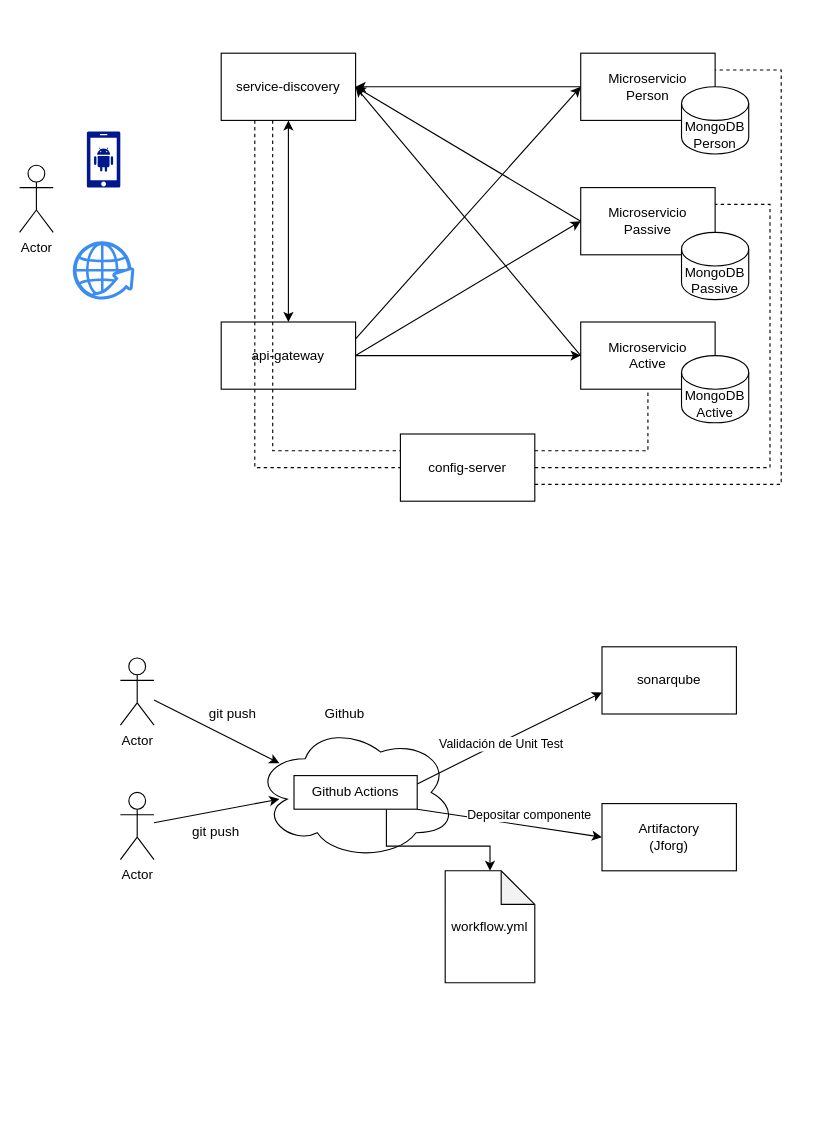
Earlier version of the draw.io diagram Diagrama sin título.drawio (jbenavidesg27/config-repository). Source tidied: cells renumbered, new cells numbered last; positions are measured from the earlier drawing's top-left corner, leaving out a move shared by most shapes. Both pictures are drawn from the tidied source at 112%, with x=0, y=0 at pixel (19, 53). Pictures stored in the file or linked from it are replaced by grey dashed boxes.
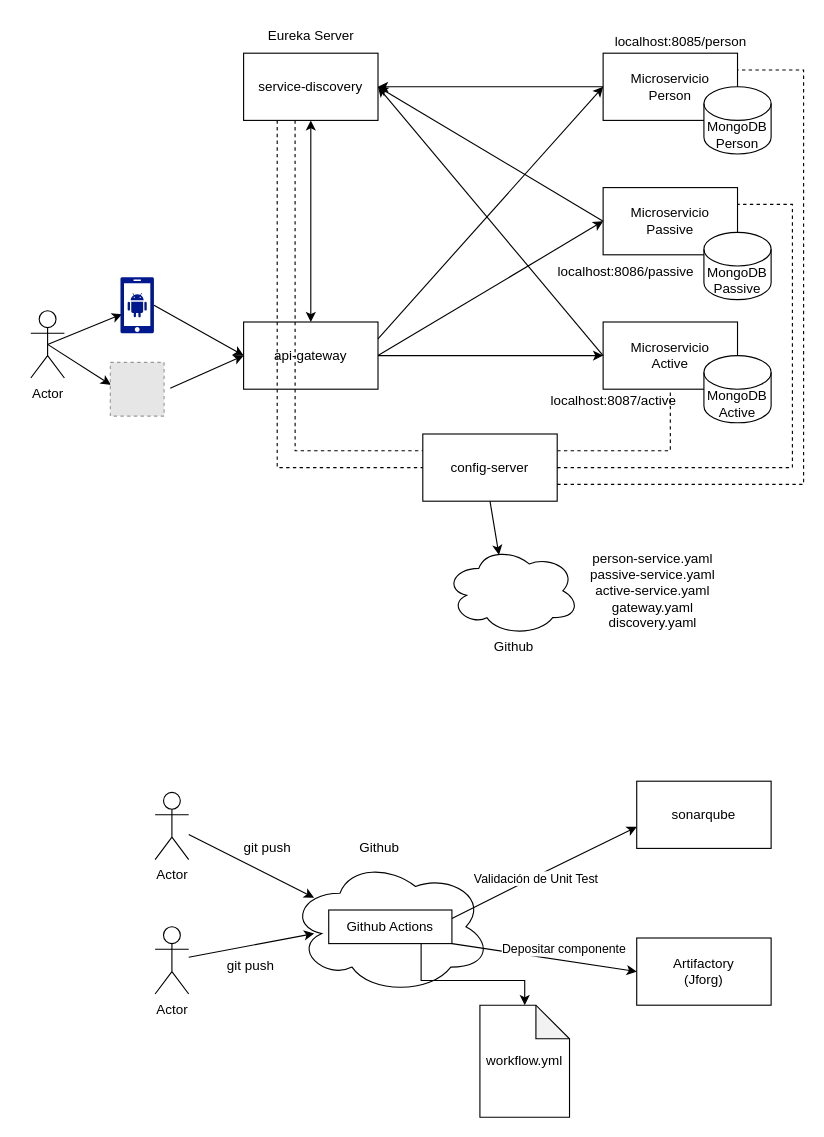
The same diagram, later.

Diff of the diagram source:
```diff
@@
     <mxCell id="2" value="Microservicio&lt;br&gt;Active" style="rounded=0;whiteSpace=wrap;html=1;" parent="1" vertex="1">
-      <mxGeometry x="501" y="240" width="120" height="60" as="geometry" />
+      <mxGeometry x="521" y="240" width="120" height="60" as="geometry" />
     </mxCell>
     <mxCell id="3" value="Microservicio&lt;br&gt;Passive" style="rounded=0;whiteSpace=wrap;html=1;" parent="1" vertex="1">
-      <mxGeometry x="501" y="120" width="120" height="60" as="geometry" />
+      <mxGeometry x="521" y="120" width="120" height="60" as="geometry" />
     </mxCell>
     <mxCell id="4" value="Microservicio&lt;br&gt;Person" style="rounded=0;whiteSpace=wrap;html=1;" parent="1" vertex="1">
-      <mxGeometry x="501" width="120" height="60" as="geometry" />
+      <mxGeometry x="521" width="120" height="60" as="geometry" />
     </mxCell>
     <mxCell id="5" style="ellipse;shape=cloud;whiteSpace=wrap;html=1;" parent="1" vertex="1">
-      <mxGeometry x="210" y="600" width="180" height="120" as="geometry" />
+      <mxGeometry x="241" y="720" width="180" height="120" as="geometry" />
     </mxCell>
     <mxCell id="6" style="endArrow=classic;html=1;rounded=0;exitX=1;exitY=0.25;exitDx=0;exitDy=0;" parent="1" edge="1" source="16">
       <mxGeometry relative="1" as="geometry">
-        <mxPoint x="520.1" y="570.7" as="targetPoint" />
+        <mxPoint x="551.1" y="690.7" as="targetPoint" />
         <Array as="points">
-          <mxPoint x="440" y="610" />
+          <mxPoint x="471" y="730" />
         </Array>
       </mxGeometry>
     </mxCell>
@@
     <mxCell id="8" value="MongoDB&lt;br&gt;Active" style="shape=cylinder3;whiteSpace=wrap;html=1;boundedLbl=1;backgroundOutline=1;size=15;" parent="1" vertex="1">
-      <mxGeometry x="591" y="270" width="60" height="60" as="geometry" />
+      <mxGeometry x="611" y="270" width="60" height="60" as="geometry" />
     </mxCell>
     <mxCell id="9" value="MongoDB&lt;br&gt;Person" style="shape=cylinder3;whiteSpace=wrap;html=1;boundedLbl=1;backgroundOutline=1;size=15;" parent="1" vertex="1">
-      <mxGeometry x="591" y="30" width="60" height="60" as="geometry" />
+      <mxGeometry x="611" y="30" width="60" height="60" as="geometry" />
     </mxCell>
     <mxCell id="10" value="MongoDB&lt;br&gt;Passive" style="shape=cylinder3;whiteSpace=wrap;html=1;boundedLbl=1;backgroundOutline=1;size=15;" parent="1" vertex="1">
-      <mxGeometry x="591" y="160" width="60" height="60" as="geometry" />
+      <mxGeometry x="611" y="160" width="60" height="60" as="geometry" />
     </mxCell>
     <mxCell id="11" value="Actor" style="shape=umlActor;verticalLabelPosition=bottom;verticalAlign=top;html=1;outlineConnect=0;" parent="1" vertex="1">
-      <mxGeometry x="90" y="540" width="30" height="60" as="geometry" />
+      <mxGeometry x="121" y="660" width="30" height="60" as="geometry" />
     </mxCell>
     <mxCell id="12" value="Actor" style="shape=umlActor;verticalLabelPosition=bottom;verticalAlign=top;html=1;outlineConnect=0;" parent="1" vertex="1">
-      <mxGeometry x="90" y="660" width="30" height="60" as="geometry" />
+      <mxGeometry x="121" y="780" width="30" height="60" as="geometry" />
     </mxCell>
     <mxCell id="13" value="sonarqube" style="rounded=0;whiteSpace=wrap;html=1;" parent="1" vertex="1">
-      <mxGeometry x="520" y="530" width="120" height="60" as="geometry" />
+      <mxGeometry x="551" y="650" width="120" height="60" as="geometry" />
     </mxCell>
     <mxCell id="14" value="Artifactory&lt;br&gt;(Jforg)" style="rounded=0;whiteSpace=wrap;html=1;" parent="1" vertex="1">
-      <mxGeometry x="520" y="670" width="120" height="60" as="geometry" />
+      <mxGeometry x="551" y="790" width="120" height="60" as="geometry" />
     </mxCell>
     <mxCell id="15" style="edgeStyle=orthogonalEdgeStyle;rounded=0;jettySize=auto;html=1;exitX=0.75;exitY=1;exitDx=0;exitDy=0;" parent="1" edge="1" source="16" target="17">
       <mxGeometry relative="1" as="geometry">
         <Array as="points">
-          <mxPoint x="328" y="708" />
-          <mxPoint x="420" y="708" />
+          <mxPoint x="359" y="828" />
+          <mxPoint x="451" y="828" />
         </Array>
       </mxGeometry>
     </mxCell>
     <mxCell id="16" value="Github Actions" style="rounded=0;whiteSpace=wrap;html=1;" parent="1" vertex="1">
-      <mxGeometry x="245" y="645" width="110" height="30" as="geometry" />
+      <mxGeometry x="276" y="765" width="110" height="30" as="geometry" />
     </mxCell>
     <mxCell id="17" value="workflow.yml" style="shape=note;whiteSpace=wrap;html=1;backgroundOutline=1;darkOpacity=0.05;" parent="1" vertex="1">
-      <mxGeometry x="380" y="730" width="80" height="100" as="geometry" />
+      <mxGeometry x="411" y="850" width="80" height="100" as="geometry" />
     </mxCell>
     <mxCell id="18" value="Github" style="text;html=1;align=center;verticalAlign=middle;strokeColor=none;fillColor=none;" parent="1" vertex="1">
-      <mxGeometry x="260" y="575" width="60" height="30" as="geometry" />
+      <mxGeometry x="291" y="695" width="60" height="30" as="geometry" />
     </mxCell>
@@
     <mxCell id="21" value="git push" style="text;html=1;align=center;verticalAlign=middle;strokeColor=none;fillColor=none;" parent="1" vertex="1">
-      <mxGeometry x="155" y="575" width="70" height="30" as="geometry" />
+      <mxGeometry x="186" y="695" width="70" height="30" as="geometry" />
     </mxCell>
     <mxCell id="22" value="git push" style="text;html=1;align=center;verticalAlign=middle;strokeColor=none;fillColor=none;" parent="1" vertex="1">
-      <mxGeometry x="140" y="680" width="70" height="30" as="geometry" />
+      <mxGeometry x="171" y="800" width="70" height="30" as="geometry" />
     </mxCell>
@@
     <mxCell id="25" value="service-discovery" style="rounded=0;whiteSpace=wrap;html=1;" parent="1" vertex="1">
-      <mxGeometry x="180" width="120" height="60" as="geometry" />
+      <mxGeometry x="200" width="120" height="60" as="geometry" />
     </mxCell>
     <mxCell id="26" value="api-gateway" style="rounded=0;whiteSpace=wrap;html=1;" parent="1" vertex="1">
-      <mxGeometry x="180" y="240" width="120" height="60" as="geometry" />
+      <mxGeometry x="200" y="240" width="120" height="60" as="geometry" />
     </mxCell>
@@
     <mxCell id="34" value="config-server" style="rounded=0;whiteSpace=wrap;html=1;" parent="1" vertex="1">
-      <mxGeometry x="340" y="340" width="120" height="60" as="geometry" />
+      <mxGeometry x="360" y="340" width="120" height="60" as="geometry" />
     </mxCell>
+    <mxCell id="43" style="rounded=0;jettySize=auto;html=1;exitX=0.5;exitY=0.5;exitDx=0;exitDy=0;exitPerimeter=0;entryX=0.05;entryY=0.66;entryDx=0;entryDy=0;entryPerimeter=0;" parent="1" edge="1" source="35" target="36">
+      <mxGeometry relative="1" as="geometry" />
+    </mxCell>
+    <mxCell id="44" style="edgeStyle=none;rounded=0;jettySize=auto;html=1;exitX=0.5;exitY=0.5;exitDx=0;exitDy=0;exitPerimeter=0;entryX=0.073;entryY=0.426;entryDx=0;entryDy=0;entryPerimeter=0;" parent="1" edge="1" source="35">
+      <mxGeometry relative="1" as="geometry">
+        <mxPoint x="81.5" y="296.1" as="targetPoint" />
+      </mxGeometry>
+    </mxCell>
     <mxCell id="35" value="Actor" style="shape=umlActor;verticalLabelPosition=bottom;verticalAlign=top;html=1;" parent="1" vertex="1">
-      <mxGeometry y="100" width="30" height="60" as="geometry" />
+      <mxGeometry x="10" y="230" width="30" height="60" as="geometry" />
     </mxCell>
+    <mxCell id="45" style="edgeStyle=none;rounded=0;jettySize=auto;html=1;exitX=1;exitY=0.5;exitDx=0;exitDy=0;exitPerimeter=0;entryX=0;entryY=0.5;entryDx=0;entryDy=0;" parent="1" edge="1" source="36" target="26">
+      <mxGeometry relative="1" as="geometry" />
+    </mxCell>
     <mxCell id="36" style="sketch=0;shadow=0;dashed=0;html=1;strokeColor=none;labelPosition=center;verticalLabelPosition=bottom;verticalAlign=top;align=center;fillColor=#00188D;shape=mxgraph.mscae.enterprise.android_phone;" parent="1" vertex="1">
-      <mxGeometry x="60" y="70" width="30" height="50" as="geometry" />
+      <mxGeometry x="90" y="200" width="30" height="50" as="geometry" />
     </mxCell>
-    <mxCell id="37" style="sketch=0;html=1;strokeColor=none;shadow=0;align=center;verticalAlign=top;fillColor=#3B8DF1;shape=mxgraph.gcp2.globe_world;" parent="1" vertex="1">
-      <mxGeometry x="47.5" y="167.8" width="55" height="52.2" as="geometry" />
-    </mxCell>
@@
     <mxCell id="40" style="endArrow=none;dashed=1;html=1;rounded=0;entryX=1;entryY=0.25;entryDx=0;entryDy=0;edgeStyle=orthogonalEdgeStyle;exitX=1;exitY=0.75;exitDx=0;exitDy=0;" parent="1" edge="1" source="34" target="4">
       <mxGeometry relative="1" as="geometry">
         <Array as="points">
-          <mxPoint x="680" y="385" />
-          <mxPoint x="680" y="15" />
+          <mxPoint x="700" y="385" />
+          <mxPoint x="700" y="15" />
         </Array>
       </mxGeometry>
     </mxCell>
     <mxCell id="41" style="endArrow=none;dashed=1;html=1;rounded=0;entryX=1;entryY=0.25;entryDx=0;entryDy=0;edgeStyle=orthogonalEdgeStyle;exitX=1;exitY=0.5;exitDx=0;exitDy=0;" parent="1" edge="1" source="34" target="3">
       <mxGeometry relative="1" as="geometry">
         <Array as="points">
-          <mxPoint x="670" y="370" />
-          <mxPoint x="670" y="135" />
+          <mxPoint x="690" y="370" />
+          <mxPoint x="690" y="135" />
         </Array>
       </mxGeometry>
     </mxCell>
@@
+    <mxCell id="46" style="endArrow=classic;html=1;rounded=0;entryX=0;entryY=0.5;entryDx=0;entryDy=0;exitX=1.036;exitY=0.483;exitDx=0;exitDy=0;exitPerimeter=0;" parent="1" edge="1" target="26">
+      <mxGeometry relative="1" as="geometry">
+        <mxPoint x="134.5" y="299.1" as="sourcePoint" />
+      </mxGeometry>
+    </mxCell>
+    <mxCell id="47" value="localhost:8085/person" style="text;html=1;align=center;verticalAlign=middle;strokeColor=none;fillColor=none;" parent="1" vertex="1">
+      <mxGeometry x="520" y="-25" width="140" height="30" as="geometry" />
+    </mxCell>
+    <mxCell id="48" value="localhost:8086/passive" style="text;html=1;align=center;verticalAlign=middle;strokeColor=none;fillColor=none;" parent="1" vertex="1">
+      <mxGeometry x="471" y="180" width="140" height="30" as="geometry" />
+    </mxCell>
+    <mxCell id="49" value="localhost:8087/active" style="text;html=1;align=center;verticalAlign=middle;strokeColor=none;fillColor=none;" parent="1" vertex="1">
+      <mxGeometry x="460" y="296.1" width="140" height="30" as="geometry" />
+    </mxCell>
+    <mxCell id="50" style="ellipse;shape=cloud;whiteSpace=wrap;html=1;" parent="1" vertex="1">
+      <mxGeometry x="380" y="440" width="120" height="80" as="geometry" />
+    </mxCell>
+    <mxCell id="51" style="endArrow=classic;html=1;rounded=0;entryX=0.4;entryY=0.1;entryDx=0;entryDy=0;entryPerimeter=0;exitX=0.5;exitY=1;exitDx=0;exitDy=0;" parent="1" edge="1" source="34" target="50">
+      <mxGeometry relative="1" as="geometry" />
+    </mxCell>
+    <mxCell id="52" value="Github" style="text;html=1;align=center;verticalAlign=middle;strokeColor=none;fillColor=none;" parent="1" vertex="1">
+      <mxGeometry x="411" y="515" width="60" height="30" as="geometry" />
+    </mxCell>
+    <mxCell id="53" value="person-service.yaml&lt;br&gt;passive-service.yaml&lt;br&gt;active-service.yaml&lt;br&gt;gateway.yaml&lt;br&gt;discovery.yaml" style="text;html=1;align=center;verticalAlign=middle;strokeColor=none;fillColor=none;" parent="1" vertex="1">
+      <mxGeometry x="500" y="435" width="130" height="90" as="geometry" />
+    </mxCell>
+    <mxCell id="54" value="Eureka Server" style="text;html=1;align=center;verticalAlign=middle;strokeColor=none;fillColor=none;" parent="1" vertex="1">
+      <mxGeometry x="210" y="-30" width="100" height="30" as="geometry" />
+    </mxCell>
+    <mxCell id="55" style="fillColor=#E6E6E6;strokeColor=#999999;dashed=1;html=1;verticalAlign=top;verticalLabelPosition=bottom;labelBackgroundColor=#ffffff;" parent="1" vertex="1">
+      <mxGeometry x="81" y="276" width="48" height="48" as="geometry" />
+    </mxCell>
```
